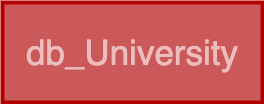
Before: diagram.drawio.png, a diagram exported from draw.io (RaffaeleVallifuoco/db-university). Source tidied: cells renumbered, new cells last; positions are measured from the earlier drawing's top-left corner, leaving out a move shared by most shapes. Its diagram source:
```xml
<mxGraphModel>
  <root>
    <mxCell id="0" />
    <mxCell id="1" parent="0" />
    <mxCell id="2" value="db_University" style="text;html=1;strokeColor=#B20000;fillColor=#cc5959;align=center;verticalAlign=middle;whiteSpace=wrap;rounded=0;fontColor=#FFFFFF;strokeWidth=4;perimeterSpacing=0;textOpacity=60;fontSize=35;" parent="1" vertex="1">
      <mxGeometry width="260" height="100" as="geometry" />
    </mxCell>
  </root>
</mxGraphModel>
```
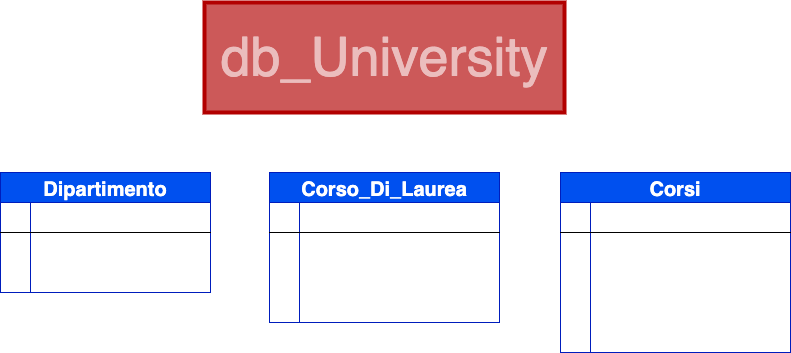
After the commit.

What changed in the source:
```diff
@@ -2,8 +2,125 @@
   <root>
     <mxCell id="0" />
     <mxCell id="1" parent="0" />
-    <mxCell id="2" value="db_University" style="text;html=1;strokeColor=#B20000;fillColor=#cc5959;align=center;verticalAlign=middle;whiteSpace=wrap;rounded=0;fontColor=#FFFFFF;strokeWidth=4;perimeterSpacing=0;textOpacity=60;fontSize=35;" parent="1" vertex="1">
-      <mxGeometry width="260" height="100" as="geometry" />
+    <mxCell id="2" value="db_University" style="text;html=1;strokeColor=#B20000;fillColor=#cc5959;align=center;verticalAlign=middle;whiteSpace=wrap;rounded=0;fontColor=#FFFFFF;strokeWidth=4;perimeterSpacing=0;textOpacity=60;fontSize=54;" parent="1" vertex="1">
+      <mxGeometry width="360" height="110" as="geometry" />
     </mxCell>
+    <mxCell id="3" value="Dipartimento" style="shape=table;startSize=30;rowLines=0;fontStyle=1;align=center;strokeWidth=1;fontSize=20;fontColor=#ffffff;fillColor=#0050ef;strokeColor=#001DBC;" parent="1" vertex="1">
+      <mxGeometry x="-204" y="170" width="210" height="120" as="geometry" />
+    </mxCell>
+    <mxCell id="4" style="shape=tableRow;horizontal=0;startSize=0;swimlaneHead=0;swimlaneBody=0;fillColor=none;top=0;left=0;right=0;bottom=1;strokeWidth=1;fontSize=18;fontColor=#FFFFFF;" parent="3" vertex="1">
+      <mxGeometry y="30" width="210" height="30" as="geometry" />
+    </mxCell>
+    <mxCell id="5" value="PK" style="shape=partialRectangle;fillColor=none;top=0;left=0;bottom=0;right=0;fontStyle=1;overflow=hidden;strokeWidth=1;fontSize=18;fontColor=#FFFFFF;" parent="4" vertex="1">
+      <mxGeometry width="30" height="30" as="geometry" />
+    </mxCell>
+    <mxCell id="6" value="Id_Dipartimento" style="shape=partialRectangle;fillColor=none;top=0;left=0;bottom=0;right=0;align=left;spacingLeft=6;fontStyle=5;overflow=hidden;strokeWidth=1;fontSize=18;fontColor=#FFFFFF;" parent="4" vertex="1">
+      <mxGeometry x="30" width="180" height="30" as="geometry" />
+    </mxCell>
+    <mxCell id="7" style="shape=tableRow;horizontal=0;startSize=0;swimlaneHead=0;swimlaneBody=0;fillColor=none;top=0;left=0;right=0;bottom=0;strokeWidth=1;fontSize=18;fontColor=#FFFFFF;" parent="3" vertex="1">
+      <mxGeometry y="60" width="210" height="30" as="geometry" />
+    </mxCell>
+    <mxCell id="8" style="shape=partialRectangle;fillColor=none;top=0;left=0;bottom=0;right=0;overflow=hidden;strokeWidth=1;fontSize=18;fontColor=#FFFFFF;" parent="7" vertex="1">
+      <mxGeometry width="30" height="30" as="geometry" />
+    </mxCell>
+    <mxCell id="9" value="Nome_Dipartimento" style="shape=partialRectangle;fillColor=none;top=0;left=0;bottom=0;right=0;align=left;spacingLeft=6;overflow=hidden;strokeWidth=1;fontSize=18;fontColor=#FFFFFF;" parent="7" vertex="1">
+      <mxGeometry x="30" width="180" height="30" as="geometry" />
+    </mxCell>
+    <mxCell id="10" style="shape=tableRow;horizontal=0;startSize=0;swimlaneHead=0;swimlaneBody=0;fillColor=none;top=0;left=0;right=0;bottom=0;strokeWidth=1;fontSize=18;fontColor=#FFFFFF;" parent="3" vertex="1">
+      <mxGeometry y="90" width="210" height="30" as="geometry" />
+    </mxCell>
+    <mxCell id="11" style="shape=partialRectangle;fillColor=none;top=0;left=0;bottom=0;right=0;overflow=hidden;strokeWidth=1;fontSize=18;fontColor=#FFFFFF;" parent="10" vertex="1">
+      <mxGeometry width="30" height="30" as="geometry" />
+    </mxCell>
+    <mxCell id="12" value="Sede" style="shape=partialRectangle;fillColor=none;top=0;left=0;bottom=0;right=0;align=left;spacingLeft=6;overflow=hidden;strokeWidth=1;fontSize=18;fontColor=#FFFFFF;" parent="10" vertex="1">
+      <mxGeometry x="30" width="180" height="30" as="geometry" />
+    </mxCell>
+    <mxCell id="13" value="Corso_Di_Laurea" style="shape=table;startSize=30;rowLines=0;fontStyle=1;align=center;strokeWidth=1;fontSize=20;fontColor=#ffffff;fillColor=#0050ef;strokeColor=#001DBC;" parent="1" vertex="1">
+      <mxGeometry x="65" y="170" width="230" height="150" as="geometry" />
+    </mxCell>
+    <mxCell id="14" style="shape=tableRow;horizontal=0;startSize=0;swimlaneHead=0;swimlaneBody=0;fillColor=none;top=0;left=0;right=0;bottom=1;strokeWidth=1;fontSize=18;fontColor=#FFFFFF;" parent="13" vertex="1">
+      <mxGeometry y="30" width="230" height="30" as="geometry" />
+    </mxCell>
+    <mxCell id="15" value="PK" style="shape=partialRectangle;fillColor=none;top=0;left=0;bottom=0;right=0;fontStyle=1;overflow=hidden;strokeWidth=1;fontSize=18;fontColor=#FFFFFF;" parent="14" vertex="1">
+      <mxGeometry width="30" height="30" as="geometry" />
+    </mxCell>
+    <mxCell id="16" value="Id_Corso_Di_Laurea" style="shape=partialRectangle;fillColor=none;top=0;left=0;bottom=0;right=0;align=left;spacingLeft=6;fontStyle=5;overflow=hidden;strokeWidth=1;fontSize=18;fontColor=#FFFFFF;" parent="14" vertex="1">
+      <mxGeometry x="30" width="200" height="30" as="geometry" />
+    </mxCell>
+    <mxCell id="17" style="shape=tableRow;horizontal=0;startSize=0;swimlaneHead=0;swimlaneBody=0;fillColor=none;top=0;left=0;right=0;bottom=0;strokeWidth=1;fontSize=18;fontColor=#FFFFFF;" parent="13" vertex="1">
+      <mxGeometry y="60" width="230" height="30" as="geometry" />
+    </mxCell>
+    <mxCell id="18" style="shape=partialRectangle;fillColor=none;top=0;left=0;bottom=0;right=0;overflow=hidden;strokeWidth=1;fontSize=18;fontColor=#FFFFFF;" parent="17" vertex="1">
+      <mxGeometry width="30" height="30" as="geometry" />
+    </mxCell>
+    <mxCell id="19" value="Nome_CDL        " style="shape=partialRectangle;fillColor=none;top=0;left=0;bottom=0;right=0;align=left;spacingLeft=6;overflow=hidden;strokeWidth=1;fontSize=18;fontColor=#FFFFFF;" parent="17" vertex="1">
+      <mxGeometry x="30" width="200" height="30" as="geometry" />
+    </mxCell>
+    <mxCell id="20" style="shape=tableRow;horizontal=0;startSize=0;swimlaneHead=0;swimlaneBody=0;fillColor=none;top=0;left=0;right=0;bottom=0;strokeWidth=1;fontSize=18;fontColor=#FFFFFF;" parent="13" vertex="1">
+      <mxGeometry y="90" width="230" height="30" as="geometry" />
+    </mxCell>
+    <mxCell id="21" style="shape=partialRectangle;fillColor=none;top=0;left=0;bottom=0;right=0;overflow=hidden;strokeWidth=1;fontSize=18;fontColor=#FFFFFF;" parent="20" vertex="1">
+      <mxGeometry width="30" height="30" as="geometry" />
+    </mxCell>
+    <mxCell id="22" value="Id_Dipartimento" style="shape=partialRectangle;fillColor=none;top=0;left=0;bottom=0;right=0;align=left;spacingLeft=6;overflow=hidden;strokeWidth=1;fontSize=18;fontColor=#FFFFFF;" parent="20" vertex="1">
+      <mxGeometry x="30" width="200" height="30" as="geometry" />
+    </mxCell>
+    <mxCell id="23" style="shape=tableRow;horizontal=0;startSize=0;swimlaneHead=0;swimlaneBody=0;fillColor=none;top=0;left=0;right=0;bottom=0;strokeWidth=1;fontSize=18;fontColor=#FFFFFF;" parent="13" vertex="1">
+      <mxGeometry y="120" width="230" height="30" as="geometry" />
+    </mxCell>
+    <mxCell id="24" style="shape=partialRectangle;fillColor=none;top=0;left=0;bottom=0;right=0;overflow=hidden;strokeWidth=1;fontSize=18;fontColor=#FFFFFF;" parent="23" vertex="1">
+      <mxGeometry width="30" height="30" as="geometry" />
+    </mxCell>
+    <mxCell id="25" value="Corsi" style="shape=partialRectangle;fillColor=none;top=0;left=0;bottom=0;right=0;align=left;spacingLeft=6;overflow=hidden;strokeWidth=1;fontSize=18;fontColor=#FFFFFF;" parent="23" vertex="1">
+      <mxGeometry x="30" width="200" height="30" as="geometry" />
+    </mxCell>
+    <mxCell id="26" value="Corsi" style="shape=table;startSize=30;rowLines=0;fontStyle=1;align=center;strokeWidth=1;fontSize=20;fillColor=#0050ef;strokeColor=#001DBC;fontColor=#ffffff;" parent="1" vertex="1">
+      <mxGeometry x="356" y="170" width="230" height="180" as="geometry" />
+    </mxCell>
+    <mxCell id="27" style="shape=tableRow;horizontal=0;startSize=0;swimlaneHead=0;swimlaneBody=0;fillColor=none;top=0;left=0;right=0;bottom=1;strokeWidth=1;fontSize=18;fontColor=#FFFFFF;" parent="26" vertex="1">
+      <mxGeometry y="30" width="230" height="30" as="geometry" />
+    </mxCell>
+    <mxCell id="28" value="PK" style="shape=partialRectangle;fillColor=none;top=0;left=0;bottom=0;right=0;fontStyle=1;overflow=hidden;strokeWidth=1;fontSize=18;fontColor=#FFFFFF;" parent="27" vertex="1">
+      <mxGeometry width="30" height="30" as="geometry" />
+    </mxCell>
+    <mxCell id="29" value="Id_Corsi" style="shape=partialRectangle;fillColor=none;top=0;left=0;bottom=0;right=0;align=left;spacingLeft=6;fontStyle=5;overflow=hidden;strokeWidth=1;fontSize=18;fontColor=#FFFFFF;" parent="27" vertex="1">
+      <mxGeometry x="30" width="200" height="30" as="geometry" />
+    </mxCell>
+    <mxCell id="30" style="shape=tableRow;horizontal=0;startSize=0;swimlaneHead=0;swimlaneBody=0;fillColor=none;top=0;left=0;right=0;bottom=0;strokeWidth=1;fontSize=18;fontColor=#FFFFFF;" parent="26" vertex="1">
+      <mxGeometry y="60" width="230" height="30" as="geometry" />
+    </mxCell>
+    <mxCell id="31" style="shape=partialRectangle;fillColor=none;top=0;left=0;bottom=0;right=0;overflow=hidden;strokeWidth=1;fontSize=18;fontColor=#FFFFFF;" parent="30" vertex="1">
+      <mxGeometry width="30" height="30" as="geometry" />
+    </mxCell>
+    <mxCell id="32" value="Nome_Corso" style="shape=partialRectangle;fillColor=none;top=0;left=0;bottom=0;right=0;align=left;spacingLeft=6;overflow=hidden;strokeWidth=1;fontSize=18;fontColor=#FFFFFF;" parent="30" vertex="1">
+      <mxGeometry x="30" width="200" height="30" as="geometry" />
+    </mxCell>
+    <mxCell id="33" style="shape=tableRow;horizontal=0;startSize=0;swimlaneHead=0;swimlaneBody=0;fillColor=none;top=0;left=0;right=0;bottom=0;strokeWidth=1;fontSize=18;fontColor=#FFFFFF;" parent="26" vertex="1">
+      <mxGeometry y="90" width="230" height="30" as="geometry" />
+    </mxCell>
+    <mxCell id="34" style="shape=partialRectangle;fillColor=none;top=0;left=0;bottom=0;right=0;overflow=hidden;strokeWidth=1;fontSize=18;fontColor=#FFFFFF;" parent="33" vertex="1">
+      <mxGeometry width="30" height="30" as="geometry" />
+    </mxCell>
+    <mxCell id="35" value="Id_Corso_Di_Laurea" style="shape=partialRectangle;fillColor=none;top=0;left=0;bottom=0;right=0;align=left;spacingLeft=6;overflow=hidden;strokeWidth=1;fontSize=18;fontColor=#FFFFFF;" parent="33" vertex="1">
+      <mxGeometry x="30" width="200" height="30" as="geometry" />
+    </mxCell>
+    <mxCell id="36" style="shape=tableRow;horizontal=0;startSize=0;swimlaneHead=0;swimlaneBody=0;fillColor=none;top=0;left=0;right=0;bottom=0;strokeWidth=1;fontSize=18;fontColor=#FFFFFF;" parent="26" vertex="1">
+      <mxGeometry y="120" width="230" height="30" as="geometry" />
+    </mxCell>
+    <mxCell id="37" style="shape=partialRectangle;fillColor=none;top=0;left=0;bottom=0;right=0;overflow=hidden;strokeWidth=1;fontSize=18;fontColor=#FFFFFF;" parent="36" vertex="1">
+      <mxGeometry width="30" height="30" as="geometry" />
+    </mxCell>
+    <mxCell id="38" value="Id_Appelli_Di_Esame" style="shape=partialRectangle;fillColor=none;top=0;left=0;bottom=0;right=0;align=left;spacingLeft=6;overflow=hidden;strokeWidth=1;fontSize=18;fontColor=#FFFFFF;" parent="36" vertex="1">
+      <mxGeometry x="30" width="200" height="30" as="geometry" />
+    </mxCell>
+    <mxCell id="39" style="shape=tableRow;horizontal=0;startSize=0;swimlaneHead=0;swimlaneBody=0;fillColor=none;top=0;left=0;right=0;bottom=0;strokeWidth=1;fontSize=18;fontColor=#FFFFFF;" parent="26" vertex="1">
+      <mxGeometry y="150" width="230" height="30" as="geometry" />
+    </mxCell>
+    <mxCell id="40" style="shape=partialRectangle;fillColor=none;top=0;left=0;bottom=0;right=0;overflow=hidden;strokeWidth=1;fontSize=18;fontColor=#FFFFFF;" parent="39" vertex="1">
+      <mxGeometry width="30" height="30" as="geometry" />
+    </mxCell>
+    <mxCell id="41" value="Numero_Studenti" style="shape=partialRectangle;fillColor=none;top=0;left=0;bottom=0;right=0;align=left;spacingLeft=6;overflow=hidden;strokeWidth=1;fontSize=18;fontColor=#FFFFFF;" parent="39" vertex="1">
+      <mxGeometry x="30" width="200" height="30" as="geometry" />
+    </mxCell>
   </root>
 </mxGraphModel>
```
